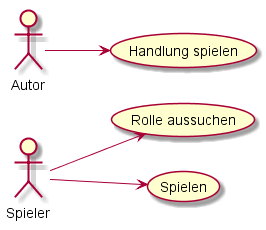
Above: static/src/UseCaseECLogPlay.png in hnbeck/NikosophyWeb (PlantUML), before the change. Source of this version:
```plantuml
@startuml

left to right direction
:Spieler: --> (Rolle aussuchen)
:Spieler: --> (Spielen)
:Autor: --> (Handlung spielen)

@enduml
```
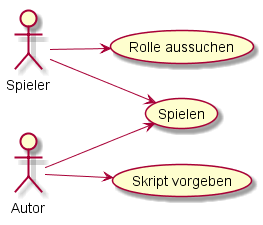
Above is the later version.

The edit, as a diff of the source:
```diff
@@ -3,6 +3,7 @@
 left to right direction
 :Spieler: --> (Rolle aussuchen)
 :Spieler: --> (Spielen)
-:Autor: --> (Handlung spielen)
+:Autor: --> (Skript vorgeben)
+:Autor: --> (Spielen)
 
 @enduml
```
